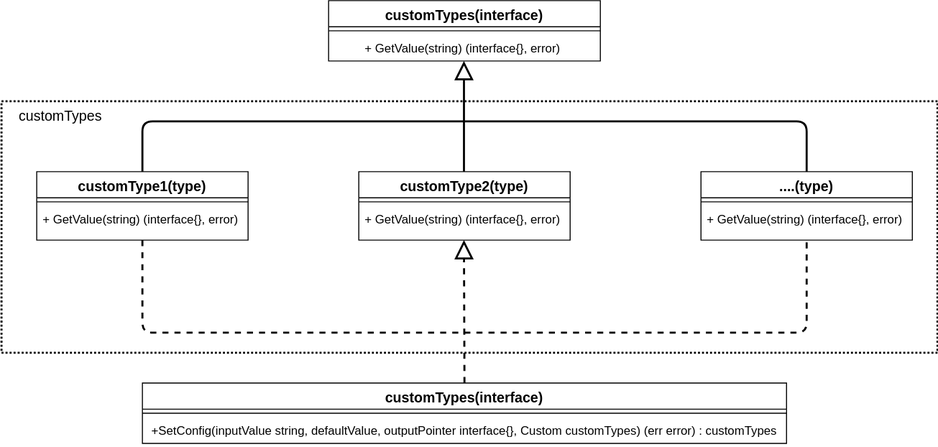
Before: diagram.svg, a diagram exported from draw.io (DukeHuangWP/GoExample-ConfigToVariable_SimpleFactory). Source tidied: cells renumbered, new cells last; positions are measured from the earlier drawing's top-left corner, leaving out a move shared by most shapes.
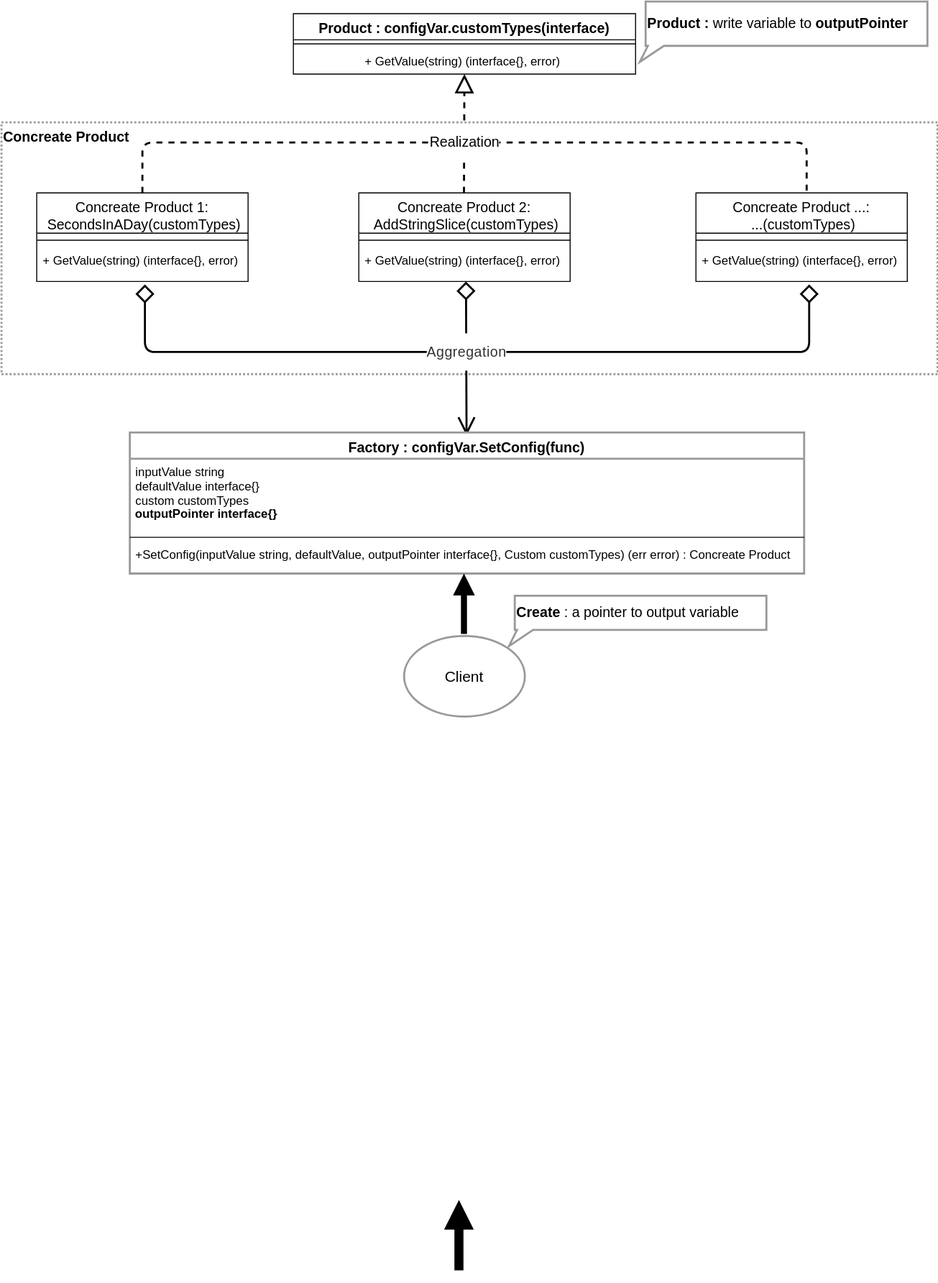
The same file after the commit.

Diff of the diagram source:
```diff
@@ -2,83 +2,111 @@
   <root>
     <mxCell id="0" />
     <mxCell id="1" parent="0" />
-    <mxCell id="2" value="&amp;nbsp; &amp;nbsp; customTypes" style="rounded=0;whiteSpace=wrap;html=1;dashed=1;fontSize=14;align=left;strokeWidth=2;fillColor=none;verticalAlign=top;dashPattern=1 1;glass=0;shadow=0;sketch=0;" parent="1" vertex="1">
+    <mxCell id="2" value="&lt;b&gt;Concreate&lt;/b&gt;&lt;b&gt;&amp;nbsp;&lt;/b&gt;&lt;span style=&quot;font-weight: 700 ; text-align: center&quot;&gt;Product&lt;/span&gt;" style="rounded=0;whiteSpace=wrap;html=1;dashed=1;fontSize=14;align=left;strokeWidth=2;fillColor=none;verticalAlign=top;dashPattern=1 1;glass=0;shadow=0;sketch=0;strokeColor=#999999;" parent="1" vertex="1">
       <mxGeometry y="100" width="930" height="250" as="geometry" />
     </mxCell>
-    <mxCell id="3" value="customTypes(interface)" style="swimlane;fontStyle=1;align=center;verticalAlign=top;horizontal=1;startSize=26;fontSize=14;fillColor=none;" parent="1" vertex="1">
-      <mxGeometry x="325" width="270" height="60" as="geometry" />
+    <mxCell id="3" value="Product : configVar.customTypes(interface)" style="swimlane;fontStyle=1;align=center;verticalAlign=top;horizontal=1;startSize=26;fontSize=14;fillColor=none;" parent="1" vertex="1">
+      <mxGeometry x="290" y="-8" width="340" height="60" as="geometry" />
     </mxCell>
     <mxCell id="4" style="line;strokeWidth=1;fillColor=none;align=left;verticalAlign=middle;spacingTop=-1;spacingLeft=3;spacingRight=3;labelPosition=right;" parent="3" vertex="1">
-      <mxGeometry y="26" width="270" height="8" as="geometry" />
+      <mxGeometry y="26" width="340" height="8" as="geometry" />
     </mxCell>
     <mxCell id="5" value="+ GetValue(string) (interface{}, error) " style="text;fillColor=none;align=center;verticalAlign=top;spacingLeft=4;spacingRight=4;overflow=hidden;points=[[0,0.5],[1,0.5]];portConstraint=eastwest;" parent="3" vertex="1">
-      <mxGeometry y="34" width="270" height="26" as="geometry" />
+      <mxGeometry y="34" width="340" height="26" as="geometry" />
     </mxCell>
-    <mxCell id="6" value="customType2(type)" style="swimlane;fontStyle=1;align=center;verticalAlign=top;horizontal=1;startSize=26;fontSize=14;fillColor=none;" parent="1" vertex="1">
-      <mxGeometry x="355" y="170" width="210" height="68" as="geometry" />
-    </mxCell>
-    <mxCell id="7" style="endArrow=none;html=1;strokeWidth=2;fontSize=14;entryX=0.5;entryY=0;entryDx=0;entryDy=0;exitX=0.5;exitY=0;exitDx=0;exitDy=0;dashed=1;fillColor=none;" parent="6" edge="1">
-      <mxGeometry relative="1" as="geometry">
-        <mxPoint x="-215" y="68" as="sourcePoint" />
-        <mxPoint x="445" y="68" as="targetPoint" />
-        <Array as="points">
-          <mxPoint x="-215" y="160" />
-          <mxPoint x="105" y="160" />
-          <mxPoint x="445" y="160" />
-        </Array>
-      </mxGeometry>
-    </mxCell>
-    <mxCell id="8" style="line;strokeWidth=1;fillColor=none;align=left;verticalAlign=middle;spacingTop=-1;spacingLeft=3;spacingRight=3;labelPosition=right;" parent="6" vertex="1">
-      <mxGeometry y="26" width="210" height="8" as="geometry" />
-    </mxCell>
-    <mxCell id="9" value="+ GetValue(string) (interface{}, error) " style="text;fillColor=none;align=center;verticalAlign=top;spacingLeft=4;spacingRight=4;overflow=hidden;" parent="6" vertex="1">
-      <mxGeometry y="34" width="210" height="34" as="geometry" />
-    </mxCell>
-    <mxCell id="10" value="customType1(type)" style="swimlane;fontStyle=1;align=center;verticalAlign=top;horizontal=1;startSize=26;fontSize=14;fillColor=none;" parent="1" vertex="1">
-      <mxGeometry x="35" y="170" width="210" height="68" as="geometry" />
+    <mxCell id="10" value="Concreate Product 1:&#10; SecondsInADay(customTypes)" style="swimlane;fontStyle=0;align=center;verticalAlign=top;horizontal=1;startSize=40;fontSize=14;fillColor=none;" parent="1" vertex="1">
+      <mxGeometry x="35" y="170" width="210" height="88" as="geometry" />
     </mxCell>
     <mxCell id="11" style="line;strokeWidth=1;fillColor=none;align=left;verticalAlign=middle;spacingTop=-1;spacingLeft=3;spacingRight=3;labelPosition=right;" parent="10" vertex="1">
-      <mxGeometry y="26" width="210" height="8" as="geometry" />
+      <mxGeometry y="40" width="210" height="14" as="geometry" />
     </mxCell>
     <mxCell id="12" value="+ GetValue(string) (interface{}, error) " style="text;fillColor=none;align=center;verticalAlign=top;spacingLeft=4;spacingRight=4;overflow=hidden;" parent="10" vertex="1">
-      <mxGeometry y="34" width="210" height="34" as="geometry" />
+      <mxGeometry y="54" width="210" height="34" as="geometry" />
     </mxCell>
-    <mxCell id="13" value="....(type)" style="swimlane;fontStyle=1;align=center;verticalAlign=top;horizontal=1;startSize=26;fontSize=14;fillColor=none;" parent="1" vertex="1">
-      <mxGeometry x="695" y="170" width="210" height="68" as="geometry" />
-    </mxCell>
-    <mxCell id="14" style="line;strokeWidth=1;fillColor=none;align=left;verticalAlign=middle;spacingTop=-1;spacingLeft=3;spacingRight=3;labelPosition=right;" parent="13" vertex="1">
-      <mxGeometry y="26" width="210" height="8" as="geometry" />
-    </mxCell>
-    <mxCell id="15" value="+ GetValue(string) (interface{}, error) " style="text;fillColor=none;align=center;verticalAlign=top;spacingLeft=4;spacingRight=4;overflow=hidden;" parent="13" vertex="1">
-      <mxGeometry y="34" width="210" height="34" as="geometry" />
-    </mxCell>
-    <mxCell id="16" style="endArrow=none;html=1;strokeWidth=2;fontSize=14;entryX=0.5;entryY=0;entryDx=0;entryDy=0;exitX=0.5;exitY=0;exitDx=0;exitDy=0;fillColor=none;" parent="1" edge="1" source="10" target="13">
+    <mxCell id="16" style="endArrow=none;html=1;strokeWidth=2;fontSize=14;entryX=0.5;entryY=0;entryDx=0;entryDy=0;exitX=0.5;exitY=0;exitDx=0;exitDy=0;fillColor=none;dashed=1;" parent="1" edge="1" source="10">
       <mxGeometry relative="1" as="geometry">
+        <mxPoint x="800" y="170" as="targetPoint" />
         <Array as="points">
           <mxPoint x="140" y="120" />
           <mxPoint x="800" y="120" />
         </Array>
       </mxGeometry>
     </mxCell>
-    <mxCell id="17" style="endArrow=block;endFill=0;endSize=14;html=1;shadow=0;strokeWidth=2;fontSize=14;fillColor=none;" parent="1" edge="1">
-      <mxGeometry relative="1" as="geometry">
+    <mxCell id="17" value="&lt;p style=&quot;line-height: 60%&quot;&gt;Realization&lt;/p&gt;" style="endArrow=block;endFill=0;endSize=14;html=1;shadow=0;strokeWidth=2;fontSize=14;fillColor=none;dashed=1;" parent="1" edge="1" target="5">
+      <mxGeometry x="-0.15" relative="1" as="geometry">
         <mxPoint x="459.5" y="170" as="sourcePoint" />
-        <mxPoint x="459.5" y="60" as="targetPoint" />
       </mxGeometry>
     </mxCell>
-    <mxCell id="18" value="customTypes(interface)" style="swimlane;fontStyle=1;align=center;verticalAlign=top;horizontal=1;startSize=26;fontSize=14;fillColor=none;" parent="1" vertex="1">
-      <mxGeometry x="140" y="380" width="640" height="60" as="geometry" />
-    </mxCell>
-    <mxCell id="19" style="line;strokeWidth=1;fillColor=none;align=left;verticalAlign=middle;spacingTop=-1;spacingLeft=3;spacingRight=3;labelPosition=right;" parent="18" vertex="1">
-      <mxGeometry y="26" width="640" height="8" as="geometry" />
-    </mxCell>
-    <mxCell id="20" value="+SetConfig(inputValue string, defaultValue, outputPointer interface{}, Custom customTypes) (err error) : customTypes" style="text;fillColor=none;align=center;verticalAlign=top;spacingLeft=4;spacingRight=4;overflow=hidden;" parent="18" vertex="1">
-      <mxGeometry y="34" width="640" height="26" as="geometry" />
-    </mxCell>
+    <mxCell id="22" style="endArrow=diamond;html=1;strokeWidth=2;fontSize=14;exitX=0.5;exitY=1.147;exitDx=0;exitDy=0;fillColor=none;endFill=0;endSize=14;startSize=14;startArrow=diamond;startFill=0;exitPerimeter=0;" parent="1" edge="1">
+      <mxGeometry relative="1" as="geometry">
+        <mxPoint x="142.5" y="261" as="sourcePoint" />
+        <mxPoint x="802.5" y="261" as="targetPoint" />
+        <Array as="points">
+          <mxPoint x="142.5" y="328" />
+          <mxPoint x="462.5" y="328" />
+          <mxPoint x="802.5" y="328" />
+        </Array>
+      </mxGeometry>
+    </mxCell>
+    <mxCell id="23" value="Concreate Product 2:&#10; AddStringSlice(customTypes)" style="swimlane;fontStyle=0;align=center;verticalAlign=top;horizontal=1;startSize=40;fontSize=14;fillColor=none;" parent="1" vertex="1">
+      <mxGeometry x="355" y="170" width="210" height="88" as="geometry" />
+    </mxCell>
+    <mxCell id="24" style="line;strokeWidth=1;fillColor=none;align=left;verticalAlign=middle;spacingTop=-1;spacingLeft=3;spacingRight=3;labelPosition=right;" parent="23" vertex="1">
+      <mxGeometry y="40" width="210" height="14" as="geometry" />
+    </mxCell>
+    <mxCell id="25" value="+ GetValue(string) (interface{}, error) " style="text;fillColor=none;align=center;verticalAlign=top;spacingLeft=4;spacingRight=4;overflow=hidden;" parent="23" vertex="1">
+      <mxGeometry y="54" width="210" height="34" as="geometry" />
+    </mxCell>
+    <mxCell id="26" value="Concreate Product ...:&#10; ...(customTypes)" style="swimlane;fontStyle=0;align=center;verticalAlign=top;horizontal=1;startSize=40;fontSize=14;fillColor=none;" parent="1" vertex="1">
+      <mxGeometry x="690" y="170" width="210" height="88" as="geometry" />
+    </mxCell>
+    <mxCell id="27" style="line;strokeWidth=1;fillColor=none;align=left;verticalAlign=middle;spacingTop=-1;spacingLeft=3;spacingRight=3;labelPosition=right;" parent="26" vertex="1">
+      <mxGeometry y="40" width="210" height="14" as="geometry" />
+    </mxCell>
+    <mxCell id="28" value="+ GetValue(string) (interface{}, error) " style="text;fillColor=none;align=center;verticalAlign=top;spacingLeft=4;spacingRight=4;overflow=hidden;" parent="26" vertex="1">
+      <mxGeometry y="54" width="210" height="34" as="geometry" />
+    </mxCell>
+    <mxCell id="29" value="&lt;font style=&quot;font-size: 15px&quot;&gt;Client&lt;/font&gt;" style="ellipse;whiteSpace=wrap;html=1;strokeColor=#999999;strokeWidth=2;" parent="1" vertex="1">
+      <mxGeometry x="400" y="610" width="120" height="80" as="geometry" />
+    </mxCell>
-    <mxCell id="21" style="endArrow=block;endFill=0;endSize=14;html=1;shadow=0;strokeWidth=2;fontSize=14;exitX=0.5;exitY=0;exitDx=0;exitDy=0;dashed=1;fillColor=none;" parent="1" edge="1" source="18">
-      <mxGeometry relative="1" as="geometry">
-        <mxPoint x="459.5" y="238" as="targetPoint" />
+    <mxCell id="21" value="&lt;p style=&quot;line-height: 60%&quot;&gt;&lt;span style=&quot;color: rgb(51 , 51 , 51) ; letter-spacing: 0.35px ; text-align: left&quot;&gt;&lt;font style=&quot;font-size: 14px&quot;&gt;Aggregation&lt;/font&gt;&lt;/span&gt;&lt;br&gt;&lt;/p&gt;" style="endArrow=diamond;endFill=0;endSize=14;html=1;shadow=0;strokeWidth=2;fontSize=14;fillColor=none;startArrow=open;startFill=0;startSize=14;" parent="1" edge="1">
+      <mxGeometry x="0.09" relative="1" as="geometry">
+        <mxPoint x="462.1" y="411" as="sourcePoint" />
+        <mxPoint x="461.5" y="258" as="targetPoint" />
       </mxGeometry>
     </mxCell>
+    <mxCell id="30" style="endArrow=block;html=1;fontSize=14;endFill=1;strokeWidth=9;" parent="1" edge="1">
+      <mxGeometry relative="1" as="geometry">
+        <mxPoint x="454.5" y="1240" as="sourcePoint" />
+        <mxPoint x="454.5" y="1170" as="targetPoint" />
+      </mxGeometry>
+    </mxCell>
+    <mxCell id="31" value="Factory : configVar.SetConfig(func)" style="swimlane;fontStyle=1;align=center;verticalAlign=top;horizontal=1;startSize=26;strokeColor=#999999;strokeWidth=2;fontSize=14;" parent="1" vertex="1">
+      <mxGeometry x="127.5" y="408" width="670" height="140" as="geometry" />
+    </mxCell>
+    <mxCell id="32" value="inputValue string&#10;defaultValue interface{}&#10;custom customTypes" style="text;strokeColor=none;fillColor=none;align=left;verticalAlign=top;spacingLeft=4;spacingRight=4;overflow=hidden;" parent="31" vertex="1">
+      <mxGeometry y="26" width="670" height="74" as="geometry" />
+    </mxCell>
+    <mxCell id="33" style="line;strokeWidth=1;fillColor=none;align=left;verticalAlign=middle;spacingTop=-1;spacingLeft=3;spacingRight=3;labelPosition=right;" parent="31" vertex="1">
+      <mxGeometry y="100" width="670" height="8" as="geometry" />
+    </mxCell>
+    <mxCell id="34" value="+SetConfig(inputValue string, defaultValue, outputPointer interface{}, Custom customTypes) (err error) : Concreate Product" style="text;strokeColor=none;fillColor=none;align=left;verticalAlign=top;spacingLeft=4;spacingRight=4;overflow=hidden;" parent="31" vertex="1">
+      <mxGeometry y="108" width="670" height="32" as="geometry" />
+    </mxCell>
+    <mxCell id="35" style="endArrow=block;html=1;strokeWidth=6;fontSize=14;endFill=1;" parent="1" edge="1">
+      <mxGeometry relative="1" as="geometry">
+        <mxPoint x="459.5" y="608" as="sourcePoint" />
+        <mxPoint x="459.5" y="548" as="targetPoint" />
+      </mxGeometry>
+    </mxCell>
+    <mxCell id="36" value="&lt;font style=&quot;font-size: 14px&quot;&gt;&lt;span style=&quot;font-weight: 700 ; text-align: center&quot;&gt;Product :&amp;nbsp;&lt;/span&gt;write variable&amp;nbsp;to &lt;b&gt;outputPointer&lt;/b&gt;&amp;nbsp;&lt;/font&gt;" style="whiteSpace=wrap;html=1;shape=mxgraph.basic.rectCallout;dx=10.2;dy=16;boundedLbl=1;strokeColor=#999999;strokeWidth=2;fontSize=14;align=left;" parent="1" vertex="1">
+      <mxGeometry x="640" y="-20" width="280" height="60" as="geometry" />
+    </mxCell>
+    <mxCell id="37" value="&lt;span&gt;&lt;b&gt;Create &lt;/b&gt;: a pointer to output variable&lt;/span&gt;" style="whiteSpace=wrap;html=1;shape=mxgraph.basic.rectCallout;dx=10.2;dy=16;boundedLbl=1;strokeColor=#999999;strokeWidth=2;fontSize=14;align=left;" parent="1" vertex="1">
+      <mxGeometry x="510" y="570" width="250" height="50" as="geometry" />
+    </mxCell>
+    <mxCell id="38" value="&lt;span style=&quot;font-size: 12px;&quot;&gt;&lt;b&gt;outputPointer interface{}&lt;/b&gt;&lt;/span&gt;" style="text;html=1;strokeColor=none;fillColor=none;align=left;verticalAlign=middle;whiteSpace=wrap;rounded=0;fontSize=14;" parent="1" vertex="1">
+      <mxGeometry x="131" y="478" width="150" height="20" as="geometry" />
+    </mxCell>
   </root>
 </mxGraphModel>
```
